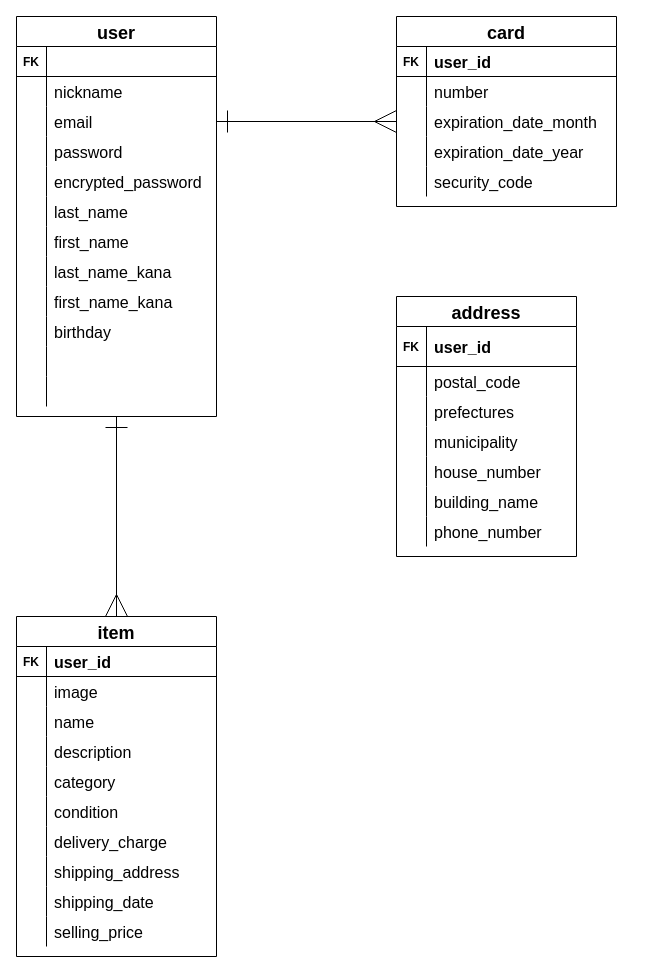
This is ER.dio from yuya-kajiwara0315/furima-34738, a draw.io file, before an edit. Source tidied: cells renumbered, new cells numbered last; positions are measured from the earlier drawing's top-left corner, leaving out a move shared by most shapes. Both pictures are drawn from the tidied source at 100%, with x=0, y=0 at pixel (16, 16).
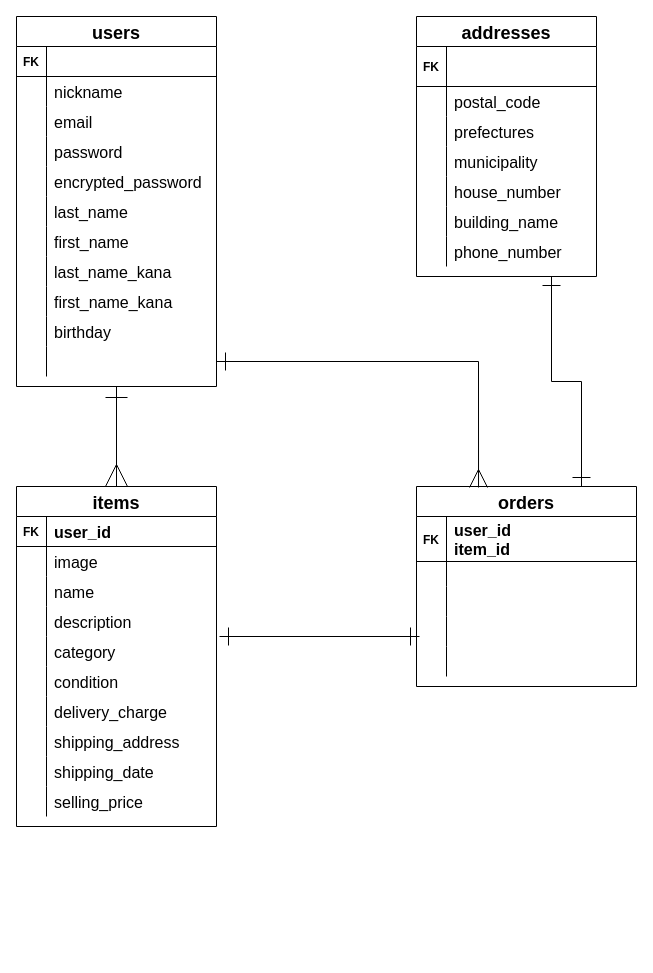
Above is the later version.

Unchanged cells that the change refers to:
```xml
<mxCell id="10" style="shape=partialRectangle;fillColor=none;top=0;left=0;bottom=0;right=0;points=[[0,0.5],[1,0.5]];portConstraint=eastwest;" parent="3" vertex="1">
  <mxGeometry y="90" width="200" height="30" as="geometry" />
</mxCell>
<mxCell id="34" style="shape=partialRectangle;fillColor=none;top=0;left=0;bottom=0;right=0;points=[[0,0.5],[1,0.5]];portConstraint=eastwest;" parent="3" vertex="1">
  <mxGeometry y="330" width="200" height="30" as="geometry" />
</mxCell>
<mxCell id="88" style="shape=partialRectangle;fillColor=none;top=0;left=0;bottom=1;right=0;" parent="87" vertex="1">
  <mxGeometry y="30" width="180" height="40" as="geometry" />
</mxCell>
```

Diff of the diagram source:
```diff
@@
-    <mxCell id="3" value="user" style="shape=table;startSize=30;childLayout=tableLayout;rowLines=0;fontStyle=1;align=center;fontSize=18;" parent="1" vertex="1">
-      <mxGeometry width="200" height="400" as="geometry" />
+    <mxCell id="3" value="users" style="shape=table;startSize=30;childLayout=tableLayout;rowLines=0;fontStyle=1;align=center;fontSize=18;" parent="1" vertex="1">
+      <mxGeometry width="200" height="370" as="geometry" />
     </mxCell>
@@
-    <mxCell id="37" style="shape=partialRectangle;fillColor=none;top=0;left=0;bottom=0;right=0;" parent="3" vertex="1">
-      <mxGeometry y="360" width="200" height="30" as="geometry" />
-    </mxCell>
-    <mxCell id="38" style="shape=partialRectangle;fillColor=none;top=0;left=0;bottom=0;right=0;overflow=hidden;" parent="37" vertex="1">
-      <mxGeometry width="30" height="30" as="geometry" />
-    </mxCell>
-    <mxCell id="39" style="shape=partialRectangle;fillColor=none;top=0;left=0;bottom=0;right=0;align=left;spacingLeft=6;overflow=hidden;fontSize=16;" parent="37" vertex="1">
-      <mxGeometry x="30" width="170" height="30" as="geometry" />
-    </mxCell>
-    <mxCell id="40" value="item" style="shape=table;startSize=30;childLayout=tableLayout;rowLines=0;fontStyle=1;align=center;fontSize=18;" parent="1" vertex="1">
-      <mxGeometry y="600" width="200" height="340" as="geometry" />
+    <mxCell id="40" value="items" style="shape=table;startSize=30;childLayout=tableLayout;rowLines=0;fontStyle=1;align=center;fontSize=18;" parent="1" vertex="1">
+      <mxGeometry y="470" width="200" height="340" as="geometry" />
     </mxCell>
@@
-    <mxCell id="71" value="card" style="shape=table;startSize=30;childLayout=tableLayout;rowLines=0;fontStyle=1;align=center;fontSize=18;" parent="1" vertex="1">
-      <mxGeometry x="380" width="220" height="190" as="geometry" />
+    <mxCell id="71" value="orders" style="shape=table;startSize=30;childLayout=tableLayout;rowLines=0;fontStyle=1;align=center;fontSize=18;" parent="1" vertex="1">
+      <mxGeometry x="400" y="470" width="220" height="200" as="geometry" />
     </mxCell>
     <mxCell id="72" style="shape=partialRectangle;fillColor=none;top=0;left=0;bottom=1;right=0;" parent="71" vertex="1">
-      <mxGeometry y="30" width="220" height="30" as="geometry" />
+      <mxGeometry y="30" width="220" height="45" as="geometry" />
     </mxCell>
     <mxCell id="73" value="FK" style="shape=partialRectangle;fillColor=none;top=0;left=0;bottom=0;right=0;fontStyle=1;overflow=hidden;" parent="72" vertex="1">
-      <mxGeometry width="30" height="30" as="geometry" />
+      <mxGeometry width="30" height="45" as="geometry" />
     </mxCell>
-    <mxCell id="74" value="user_id" style="shape=partialRectangle;fillColor=none;top=0;left=0;bottom=0;right=0;align=left;spacingLeft=6;fontStyle=1;overflow=hidden;fontSize=16;" parent="72" vertex="1">
-      <mxGeometry x="30" width="190" height="30" as="geometry" />
+    <mxCell id="74" value="user_id&#10;item_id" style="shape=partialRectangle;fillColor=none;top=0;left=0;bottom=0;right=0;align=left;spacingLeft=6;fontStyle=1;overflow=hidden;fontSize=16;" parent="72" vertex="1">
+      <mxGeometry x="30" width="190" height="45" as="geometry" />
     </mxCell>
     <mxCell id="75" style="shape=partialRectangle;fillColor=none;top=0;left=0;bottom=0;right=0;fontSize=16;" parent="71" vertex="1">
-      <mxGeometry y="60" width="220" height="30" as="geometry" />
+      <mxGeometry y="75" width="220" height="25" as="geometry" />
     </mxCell>
     <mxCell id="76" style="shape=partialRectangle;fillColor=none;top=0;left=0;bottom=0;right=0;overflow=hidden;" parent="75" vertex="1">
-      <mxGeometry width="30" height="30" as="geometry" />
+      <mxGeometry width="30" height="25" as="geometry" />
     </mxCell>
-    <mxCell id="77" value="number" style="shape=partialRectangle;fillColor=none;top=0;left=0;bottom=0;right=0;align=left;spacingLeft=6;overflow=hidden;fontSize=16;" parent="75" vertex="1">
-      <mxGeometry x="30" width="190" height="30" as="geometry" />
+    <mxCell id="77" style="shape=partialRectangle;fillColor=none;top=0;left=0;bottom=0;right=0;align=left;spacingLeft=6;overflow=hidden;fontSize=16;" parent="75" vertex="1">
+      <mxGeometry x="30" width="190" height="25" as="geometry" />
     </mxCell>
     <mxCell id="78" style="shape=partialRectangle;fillColor=none;top=0;left=0;bottom=0;right=0;points=[[0,0.5],[1,0.5]];portConstraint=eastwest;" parent="71" vertex="1">
-      <mxGeometry y="90" width="220" height="30" as="geometry" />
+      <mxGeometry y="100" width="220" height="30" as="geometry" />
     </mxCell>
@@
-    <mxCell id="80" value="expiration_date_month" style="shape=partialRectangle;fillColor=none;top=0;left=0;bottom=0;right=0;align=left;spacingLeft=6;overflow=hidden;fontSize=16;" parent="78" vertex="1">
+    <mxCell id="80" style="shape=partialRectangle;fillColor=none;top=0;left=0;bottom=0;right=0;align=left;spacingLeft=6;overflow=hidden;fontSize=16;" parent="78" vertex="1">
       <mxGeometry x="30" width="190" height="30" as="geometry" />
     </mxCell>
     <mxCell id="81" style="shape=partialRectangle;fillColor=none;top=0;left=0;bottom=0;right=0;" parent="71" vertex="1">
-      <mxGeometry y="120" width="220" height="30" as="geometry" />
+      <mxGeometry y="130" width="220" height="30" as="geometry" />
     </mxCell>
@@
-    <mxCell id="83" value="expiration_date_year" style="shape=partialRectangle;fillColor=none;top=0;left=0;bottom=0;right=0;align=left;spacingLeft=6;overflow=hidden;fontSize=16;" parent="81" vertex="1">
+    <mxCell id="83" style="shape=partialRectangle;fillColor=none;top=0;left=0;bottom=0;right=0;align=left;spacingLeft=6;overflow=hidden;fontSize=16;" parent="81" vertex="1">
       <mxGeometry x="30" width="190" height="30" as="geometry" />
     </mxCell>
     <mxCell id="84" style="shape=partialRectangle;fillColor=none;top=0;left=0;bottom=0;right=0;" parent="71" vertex="1">
-      <mxGeometry y="150" width="220" height="30" as="geometry" />
+      <mxGeometry y="160" width="220" height="30" as="geometry" />
     </mxCell>
@@
-    <mxCell id="86" value="security_code" style="shape=partialRectangle;fillColor=none;top=0;left=0;bottom=0;right=0;align=left;spacingLeft=6;overflow=hidden;fontSize=16;" parent="84" vertex="1">
+    <mxCell id="86" style="shape=partialRectangle;fillColor=none;top=0;left=0;bottom=0;right=0;align=left;spacingLeft=6;overflow=hidden;fontSize=16;" parent="84" vertex="1">
       <mxGeometry x="30" width="190" height="30" as="geometry" />
     </mxCell>
+    <mxCell id="110" style="edgeStyle=orthogonalEdgeStyle;rounded=0;jettySize=auto;html=1;exitX=0.75;exitY=1;exitDx=0;exitDy=0;entryX=0.75;entryY=0;entryDx=0;entryDy=0;startArrow=ERone;startFill=0;startSize=16;endArrow=ERone;endFill=0;endSize=16;" parent="1" edge="1" source="87" target="71">
+      <mxGeometry relative="1" as="geometry" />
+    </mxCell>
-    <mxCell id="87" value="address" style="shape=table;startSize=30;childLayout=tableLayout;rowLines=0;fontStyle=1;align=center;fontSize=18;" parent="1" vertex="1">
-      <mxGeometry x="380" y="280" width="180" height="260" as="geometry" />
+    <mxCell id="87" value="addresses" style="shape=table;startSize=30;childLayout=tableLayout;rowLines=0;fontStyle=1;align=center;fontSize=18;" parent="1" vertex="1">
+      <mxGeometry x="400" width="180" height="260" as="geometry" />
     </mxCell>
@@
-    <mxCell id="90" value="user_id" style="shape=partialRectangle;fillColor=none;top=0;left=0;bottom=0;right=0;align=left;spacingLeft=6;fontStyle=1;overflow=hidden;fontSize=16;" parent="88" vertex="1">
+    <mxCell id="90" style="shape=partialRectangle;fillColor=none;top=0;left=0;bottom=0;right=0;align=left;spacingLeft=6;fontStyle=1;overflow=hidden;fontSize=16;" parent="88" vertex="1">
       <mxGeometry x="30" width="150" height="40" as="geometry" />
     </mxCell>
@@
-    <mxCell id="109" style="edgeStyle=orthogonalEdgeStyle;rounded=0;jettySize=auto;html=1;exitX=1;exitY=0.5;exitDx=0;exitDy=0;entryX=0;entryY=0.5;entryDx=0;entryDy=0;startArrow=ERone;startFill=0;startSize=20;endArrow=ERmany;endFill=0;endSize=20;" parent="1" edge="1" source="10" target="78">
-      <mxGeometry relative="1" as="geometry" />
-    </mxCell>
+    <mxCell id="111" style="edgeStyle=orthogonalEdgeStyle;rounded=0;orthogonalLoop=1;jettySize=auto;html=1;exitX=1;exitY=0.5;exitDx=0;exitDy=0;entryX=0;entryY=0.167;entryDx=0;entryDy=0;entryPerimeter=0;endSize=16;startSize=16;endArrow=ERone;endFill=0;startArrow=ERone;startFill=0;" parent="1" edge="1">
+      <mxGeometry relative="1" as="geometry">
+        <mxPoint x="203" y="620" as="sourcePoint" />
+        <mxPoint x="403" y="620" as="targetPoint" />
+      </mxGeometry>
+    </mxCell>
+    <mxCell id="112" style="edgeStyle=orthogonalEdgeStyle;rounded=0;jettySize=auto;html=1;exitX=1;exitY=0.5;exitDx=0;exitDy=0;entryX=0.282;entryY=0.005;entryDx=0;entryDy=0;entryPerimeter=0;startArrow=ERone;startFill=0;startSize=16;endArrow=ERmany;endFill=0;endSize=16;" parent="1" edge="1" source="34" target="71">
+      <mxGeometry relative="1" as="geometry" />
+    </mxCell>
```
